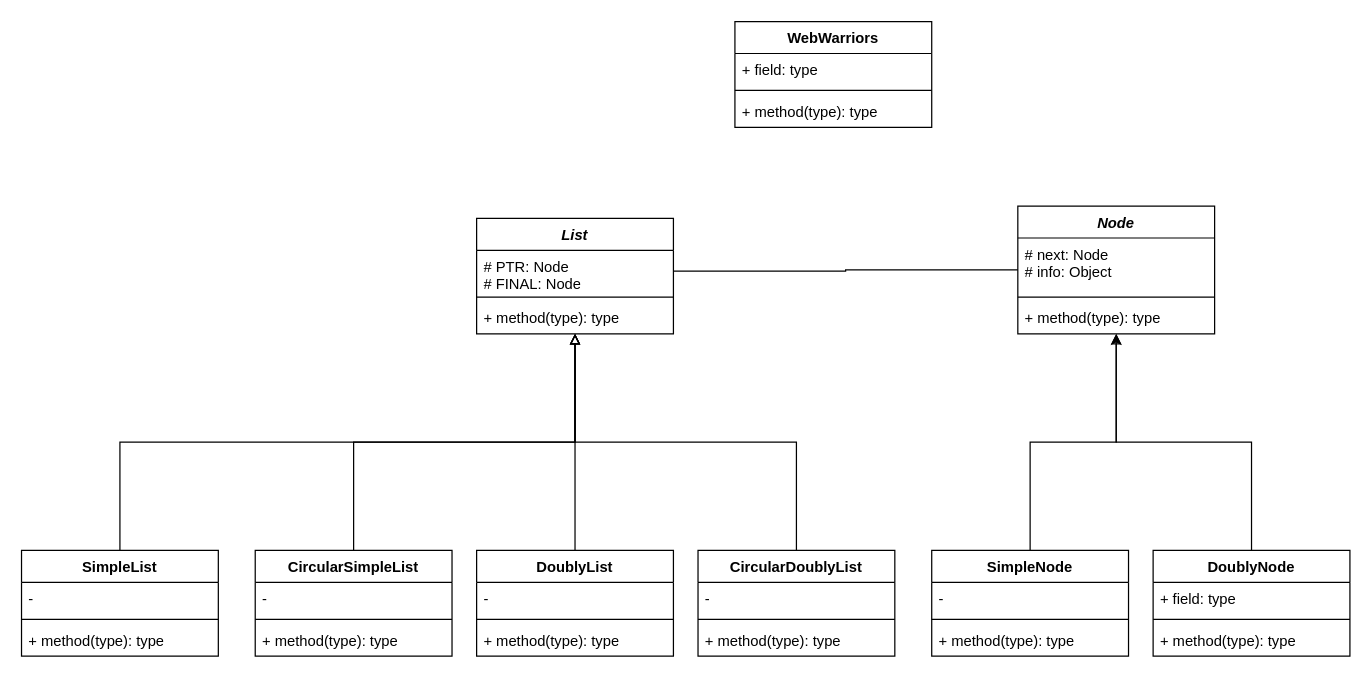
Ally2403/Web-Warriors keeps this draw.io diagram as Web warriors.drawio. Above is the earlier version. Source tidied: cells renumbered, new cells numbered last; positions are measured from the earlier drawing's top-left corner, leaving out a move shared by most shapes. Both pictures are drawn from the tidied source at 123%, with x=0, y=0 at pixel (21, 21).
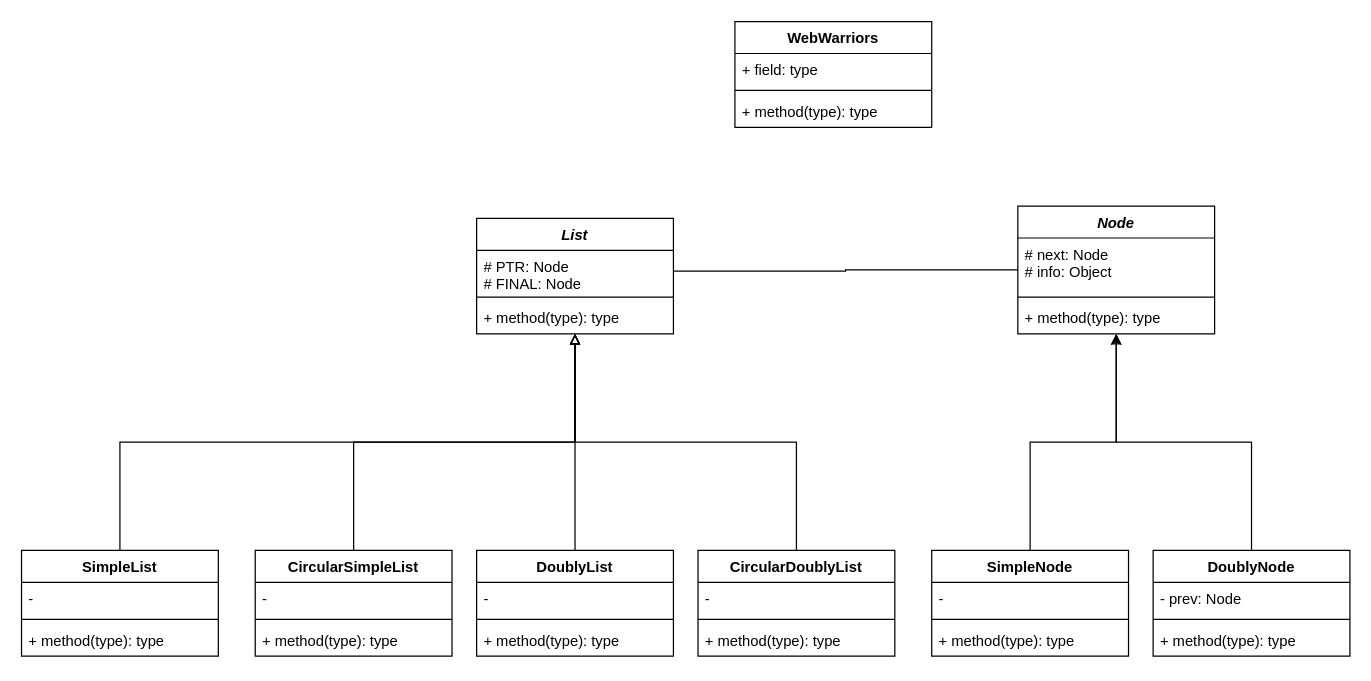
The same page after the edit.

Commit message:
Prev atribute added.drawio

Unchanged cells that the change refers to:
```xml
<mxCell id="31" value="DoublyNode" style="swimlane;fontStyle=1;align=center;verticalAlign=top;horizontal=1;startSize=26;whiteSpace=wrap;html=1;" parent="1" vertex="1">
  <mxGeometry x="920" y="430" width="160" height="86" as="geometry" />
</mxCell>
```

The edit, as a diff of the source:
```diff
@@
-    <mxCell id="32" value="+ field: type" style="text;strokeColor=none;fillColor=none;align=left;verticalAlign=top;spacingLeft=4;spacingRight=4;overflow=hidden;whiteSpace=wrap;html=1;" parent="31" vertex="1">
+    <mxCell id="32" value="- prev: Node" style="text;strokeColor=none;fillColor=none;align=left;verticalAlign=top;spacingLeft=4;spacingRight=4;overflow=hidden;whiteSpace=wrap;html=1;" parent="31" vertex="1">
       <mxGeometry y="26" width="160" height="26" as="geometry" />
     </mxCell>
```
